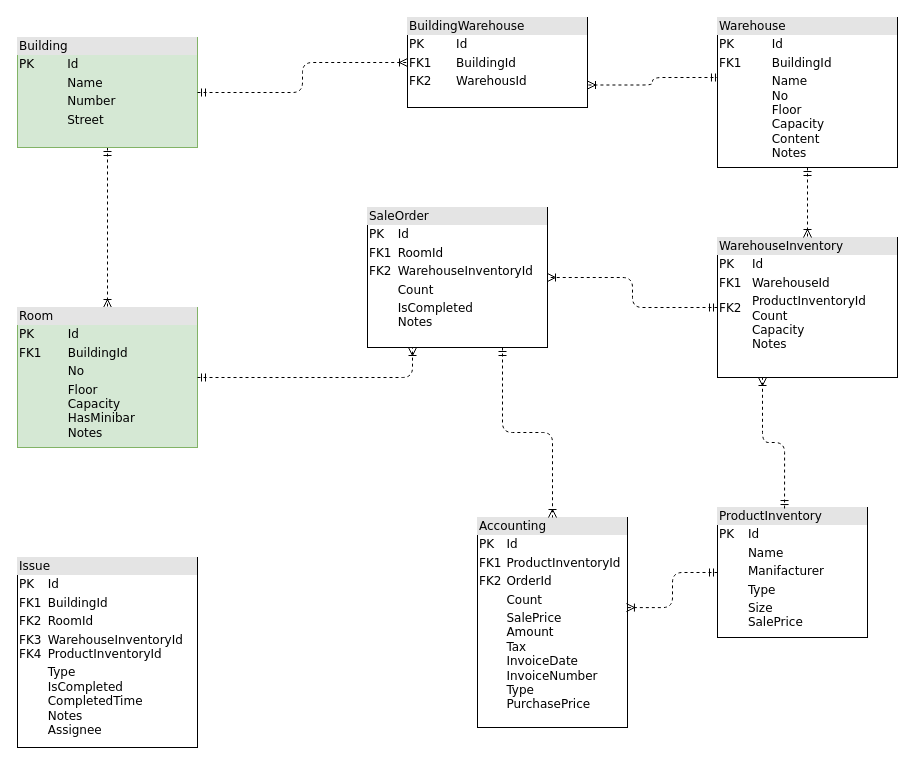
hasanbinboga/infera-test-case keeps this draw.io diagram as er-diagram.drawio. Above is the earlier version. Source tidied: cells renumbered, new cells numbered last; positions are measured from the earlier drawing's top-left corner, leaving out a move shared by most shapes. Both pictures are drawn from the tidied source at 100%, with x=0, y=0 at pixel (17, 17).
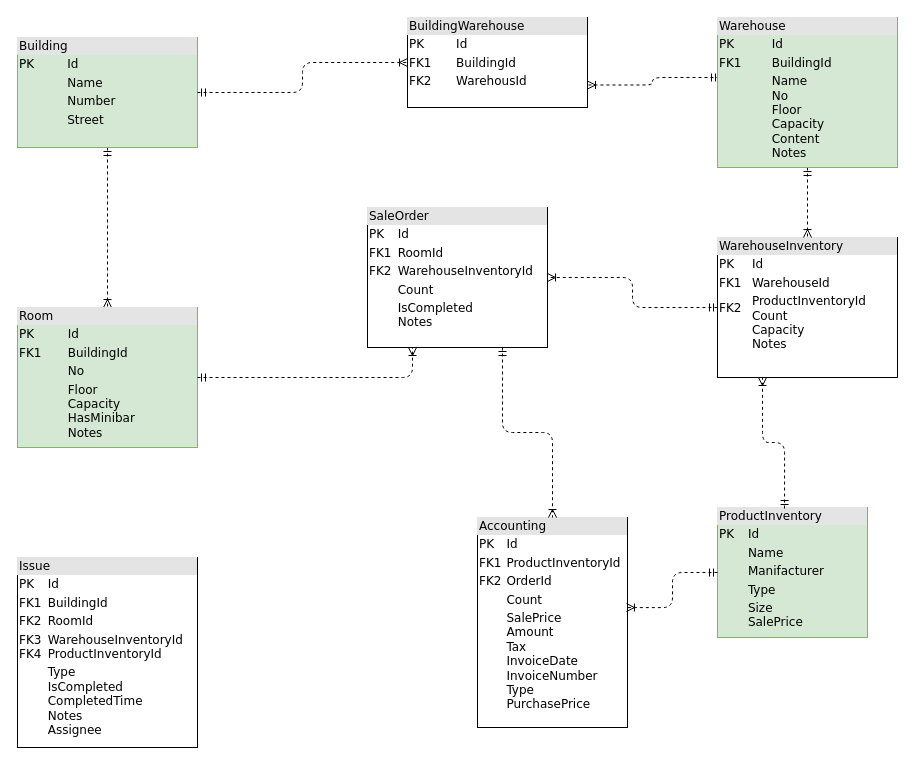
The same page after the edit.

Change to the diagram source:
```diff
@@
 <mxGraphModel>
   <root>
     <mxCell id="0" />
     <mxCell id="1" parent="0" />
     <mxCell id="2" value="&lt;div style=&quot;box-sizing:border-box;width:100%;background:#e4e4e4;padding:2px;&quot;&gt;BuildingWarehouse&lt;/div&gt;&lt;table style=&quot;width:100%;font-size:1em;&quot; cellpadding=&quot;2&quot; cellspacing=&quot;0&quot;&gt;&lt;tbody&gt;&lt;tr&gt;&lt;td&gt;PK&lt;/td&gt;&lt;td&gt;Id&lt;/td&gt;&lt;/tr&gt;&lt;tr&gt;&lt;td&gt;FK1&lt;/td&gt;&lt;td&gt;BuildingId&lt;/td&gt;&lt;/tr&gt;&lt;tr&gt;&lt;td&gt;FK2&lt;/td&gt;&lt;td&gt;WarehousId&lt;/td&gt;&lt;/tr&gt;&lt;/tbody&gt;&lt;/table&gt;" style="verticalAlign=top;align=left;overflow=fill;html=1;rounded=0;shadow=0;comic=0;labelBackgroundColor=none;strokeWidth=1;fontFamily=Verdana;fontSize=12;" parent="1" vertex="1">
       <mxGeometry x="390" width="180" height="90" as="geometry" />
     </mxCell>
     <mxCell id="3" style="html=1;dashed=1;labelBackgroundColor=none;startArrow=ERmandOne;endArrow=ERoneToMany;fontFamily=Verdana;fontSize=12;align=left;entryX=0.5;entryY=0;edgeStyle=orthogonalEdgeStyle;entryDx=0;entryDy=0;" parent="1" edge="1" source="5" target="9">
       <mxGeometry relative="1" as="geometry" />
     </mxCell>
     <mxCell id="4" style="html=1;dashed=1;labelBackgroundColor=none;startArrow=ERmandOne;endArrow=ERoneToMany;fontFamily=Verdana;fontSize=12;align=left;exitX=0.011;exitY=0.4;exitDx=0;exitDy=0;edgeStyle=orthogonalEdgeStyle;entryX=1;entryY=0.75;entryDx=0;entryDy=0;exitPerimeter=0;" parent="1" edge="1" source="10" target="2">
       <mxGeometry relative="1" as="geometry" />
     </mxCell>
     <mxCell id="5" value="&lt;div style=&quot;box-sizing: border-box ; width: 100% ; background: #e4e4e4 ; padding: 2px&quot;&gt;Building&lt;/div&gt;&lt;table style=&quot;width: 100% ; font-size: 1em&quot; cellpadding=&quot;2&quot; cellspacing=&quot;0&quot;&gt;&lt;tbody&gt;&lt;tr&gt;&lt;td&gt;PK&lt;/td&gt;&lt;td&gt;Id&lt;/td&gt;&lt;/tr&gt;&lt;tr&gt;&lt;td&gt;&lt;br&gt;&lt;/td&gt;&lt;td&gt;Name&lt;/td&gt;&lt;/tr&gt;&lt;tr&gt;&lt;td&gt;&lt;/td&gt;&lt;td&gt;Number&lt;/td&gt;&lt;/tr&gt;&lt;tr&gt;&lt;td&gt;&lt;br&gt;&lt;/td&gt;&lt;td&gt;Street&lt;br&gt;&lt;/td&gt;&lt;/tr&gt;&lt;tr&gt;&lt;td&gt;&lt;br&gt;&lt;/td&gt;&lt;td&gt;&lt;br&gt;&lt;/td&gt;&lt;/tr&gt;&lt;tr&gt;&lt;td&gt;&lt;br&gt;&lt;/td&gt;&lt;td&gt;&lt;br&gt;&lt;/td&gt;&lt;/tr&gt;&lt;/tbody&gt;&lt;/table&gt;" style="verticalAlign=top;align=left;overflow=fill;html=1;rounded=0;shadow=0;comic=0;labelBackgroundColor=none;strokeWidth=1;fontFamily=Verdana;fontSize=12;fillColor=#d5e8d4;strokeColor=#82b366;" parent="1" vertex="1">
       <mxGeometry y="20" width="180" height="110" as="geometry" />
     </mxCell>
-    <mxCell id="6" value="&lt;div style=&quot;box-sizing: border-box ; width: 100% ; background: #e4e4e4 ; padding: 2px&quot;&gt;ProductInventory&lt;/div&gt;&lt;table style=&quot;width: 100% ; font-size: 1em&quot; cellpadding=&quot;2&quot; cellspacing=&quot;0&quot;&gt;&lt;tbody&gt;&lt;tr&gt;&lt;td&gt;PK&lt;/td&gt;&lt;td&gt;Id&lt;/td&gt;&lt;/tr&gt;&lt;tr&gt;&lt;td&gt;&lt;br&gt;&lt;/td&gt;&lt;td&gt;Name&lt;/td&gt;&lt;/tr&gt;&lt;tr&gt;&lt;td&gt;&lt;/td&gt;&lt;td&gt;Manifacturer&lt;/td&gt;&lt;/tr&gt;&lt;tr&gt;&lt;td&gt;&lt;br&gt;&lt;/td&gt;&lt;td&gt;Type&lt;/td&gt;&lt;/tr&gt;&lt;tr&gt;&lt;td&gt;&lt;br&gt;&lt;/td&gt;&lt;td&gt;Size&lt;br&gt;SalePrice&lt;/td&gt;&lt;/tr&gt;&lt;/tbody&gt;&lt;/table&gt;" style="verticalAlign=top;align=left;overflow=fill;html=1;rounded=0;shadow=0;comic=0;labelBackgroundColor=none;strokeWidth=1;fontFamily=Verdana;fontSize=12;" parent="1" vertex="1">
+    <mxCell id="6" value="&lt;div style=&quot;box-sizing: border-box ; width: 100% ; background: #e4e4e4 ; padding: 2px&quot;&gt;ProductInventory&lt;/div&gt;&lt;table style=&quot;width: 100% ; font-size: 1em&quot; cellpadding=&quot;2&quot; cellspacing=&quot;0&quot;&gt;&lt;tbody&gt;&lt;tr&gt;&lt;td&gt;PK&lt;/td&gt;&lt;td&gt;Id&lt;/td&gt;&lt;/tr&gt;&lt;tr&gt;&lt;td&gt;&lt;br&gt;&lt;/td&gt;&lt;td&gt;Name&lt;/td&gt;&lt;/tr&gt;&lt;tr&gt;&lt;td&gt;&lt;/td&gt;&lt;td&gt;Manifacturer&lt;/td&gt;&lt;/tr&gt;&lt;tr&gt;&lt;td&gt;&lt;br&gt;&lt;/td&gt;&lt;td&gt;Type&lt;/td&gt;&lt;/tr&gt;&lt;tr&gt;&lt;td&gt;&lt;br&gt;&lt;/td&gt;&lt;td&gt;Size&lt;br&gt;SalePrice&lt;/td&gt;&lt;/tr&gt;&lt;/tbody&gt;&lt;/table&gt;" style="verticalAlign=top;align=left;overflow=fill;html=1;rounded=0;shadow=0;comic=0;labelBackgroundColor=none;strokeWidth=1;fontFamily=Verdana;fontSize=12;fillColor=#d5e8d4;strokeColor=#82b366;" parent="1" vertex="1">
       <mxGeometry x="700" y="490" width="150" height="130" as="geometry" />
     </mxCell>
     <mxCell id="7" value="&lt;div style=&quot;box-sizing:border-box;width:100%;background:#e4e4e4;padding:2px;&quot;&gt;WarehouseInventory&lt;/div&gt;&lt;table style=&quot;width:100%;font-size:1em;&quot; cellpadding=&quot;2&quot; cellspacing=&quot;0&quot;&gt;&lt;tbody&gt;&lt;tr&gt;&lt;td&gt;PK&lt;/td&gt;&lt;td&gt;Id&lt;/td&gt;&lt;/tr&gt;&lt;tr&gt;&lt;td&gt;FK1&lt;/td&gt;&lt;td&gt;WarehouseId&lt;/td&gt;&lt;/tr&gt;&lt;tr&gt;&lt;td&gt;FK2&lt;br&gt;&lt;br&gt;&lt;br&gt;&lt;/td&gt;&lt;td&gt;ProductInventoryId&lt;br&gt;Count&lt;br&gt;Capacity&lt;br&gt;Notes&lt;/td&gt;&lt;/tr&gt;&lt;/tbody&gt;&lt;/table&gt;" style="verticalAlign=top;align=left;overflow=fill;html=1;rounded=0;shadow=0;comic=0;labelBackgroundColor=none;strokeWidth=1;fontFamily=Verdana;fontSize=12;" parent="1" vertex="1">
       <mxGeometry x="700" y="220" width="180" height="140" as="geometry" />
     </mxCell>
     <mxCell id="8" style="edgeStyle=orthogonalEdgeStyle;html=1;entryX=0.5;entryY=0;dashed=1;labelBackgroundColor=none;startArrow=ERmandOne;endArrow=ERoneToMany;fontFamily=Verdana;fontSize=12;align=left;" parent="1" edge="1" source="10" target="7">
       <mxGeometry relative="1" as="geometry" />
     </mxCell>
     <mxCell id="9" value="&lt;div style=&quot;box-sizing: border-box ; width: 100% ; background: #e4e4e4 ; padding: 2px&quot;&gt;Room&lt;/div&gt;&lt;table style=&quot;width: 100% ; font-size: 1em&quot; cellpadding=&quot;2&quot; cellspacing=&quot;0&quot;&gt;&lt;tbody&gt;&lt;tr&gt;&lt;td&gt;PK&lt;/td&gt;&lt;td&gt;Id&lt;/td&gt;&lt;/tr&gt;&lt;tr&gt;&lt;td&gt;FK1&lt;/td&gt;&lt;td&gt;BuildingId&lt;/td&gt;&lt;/tr&gt;&lt;tr&gt;&lt;td&gt;&lt;/td&gt;&lt;td&gt;No&lt;/td&gt;&lt;/tr&gt;&lt;tr&gt;&lt;td&gt;&lt;br&gt;&lt;/td&gt;&lt;td&gt;Floor&lt;br&gt;Capacity&lt;br&gt;HasMinibar&lt;br&gt;Notes&lt;/td&gt;&lt;/tr&gt;&lt;tr&gt;&lt;td&gt;&lt;br&gt;&lt;/td&gt;&lt;td&gt;&lt;/td&gt;&lt;/tr&gt;&lt;/tbody&gt;&lt;/table&gt;" style="verticalAlign=top;align=left;overflow=fill;html=1;rounded=0;shadow=0;comic=0;labelBackgroundColor=none;strokeWidth=1;fontFamily=Verdana;fontSize=12;fillColor=#d5e8d4;strokeColor=#82b366;" parent="1" vertex="1">
       <mxGeometry y="290" width="180" height="140" as="geometry" />
     </mxCell>
-    <mxCell id="10" value="&lt;div style=&quot;box-sizing:border-box;width:100%;background:#e4e4e4;padding:2px;&quot;&gt;Warehouse&lt;/div&gt;&lt;table style=&quot;width:100%;font-size:1em;&quot; cellpadding=&quot;2&quot; cellspacing=&quot;0&quot;&gt;&lt;tbody&gt;&lt;tr&gt;&lt;td&gt;PK&lt;/td&gt;&lt;td&gt;Id&lt;/td&gt;&lt;/tr&gt;&lt;tr&gt;&lt;td&gt;FK1&lt;/td&gt;&lt;td&gt;BuildingId&lt;/td&gt;&lt;/tr&gt;&lt;tr&gt;&lt;td&gt;&lt;/td&gt;&lt;td&gt;Name&lt;br&gt;No&lt;br&gt;Floor&lt;br&gt;Capacity&lt;br&gt;Content&lt;br&gt;Notes&lt;/td&gt;&lt;/tr&gt;&lt;/tbody&gt;&lt;/table&gt;" style="verticalAlign=top;align=left;overflow=fill;html=1;rounded=0;shadow=0;comic=0;labelBackgroundColor=none;strokeWidth=1;fontFamily=Verdana;fontSize=12;" parent="1" vertex="1">
+    <mxCell id="10" value="&lt;div style=&quot;box-sizing:border-box;width:100%;background:#e4e4e4;padding:2px;&quot;&gt;Warehouse&lt;/div&gt;&lt;table style=&quot;width:100%;font-size:1em;&quot; cellpadding=&quot;2&quot; cellspacing=&quot;0&quot;&gt;&lt;tbody&gt;&lt;tr&gt;&lt;td&gt;PK&lt;/td&gt;&lt;td&gt;Id&lt;/td&gt;&lt;/tr&gt;&lt;tr&gt;&lt;td&gt;FK1&lt;/td&gt;&lt;td&gt;BuildingId&lt;/td&gt;&lt;/tr&gt;&lt;tr&gt;&lt;td&gt;&lt;/td&gt;&lt;td&gt;Name&lt;br&gt;No&lt;br&gt;Floor&lt;br&gt;Capacity&lt;br&gt;Content&lt;br&gt;Notes&lt;/td&gt;&lt;/tr&gt;&lt;/tbody&gt;&lt;/table&gt;" style="verticalAlign=top;align=left;overflow=fill;html=1;rounded=0;shadow=0;comic=0;labelBackgroundColor=none;strokeWidth=1;fontFamily=Verdana;fontSize=12;fillColor=#d5e8d4;strokeColor=#82b366;" parent="1" vertex="1">
       <mxGeometry x="700" width="180" height="150" as="geometry" />
     </mxCell>
     <mxCell id="11" style="html=1;dashed=1;labelBackgroundColor=none;startArrow=ERmandOne;endArrow=ERoneToMany;fontFamily=Verdana;fontSize=12;align=left;edgeStyle=orthogonalEdgeStyle;entryX=0;entryY=0.5;entryDx=0;entryDy=0;exitX=1;exitY=0.5;exitDx=0;exitDy=0;" parent="1" edge="1" source="5" target="2">
       <mxGeometry relative="1" as="geometry" />
     </mxCell>
     <mxCell id="12" style="edgeStyle=orthogonalEdgeStyle;html=1;entryX=0.25;entryY=1;dashed=1;labelBackgroundColor=none;startArrow=ERmandOne;endArrow=ERoneToMany;fontFamily=Verdana;fontSize=12;align=left;entryDx=0;entryDy=0;exitX=0.447;exitY=0.008;exitDx=0;exitDy=0;exitPerimeter=0;" parent="1" edge="1" source="6" target="7">
       <mxGeometry relative="1" as="geometry" />
     </mxCell>
     <mxCell id="13" value="&lt;div style=&quot;box-sizing: border-box ; width: 100% ; background: #e4e4e4 ; padding: 2px&quot;&gt;SaleOrder&lt;/div&gt;&lt;table style=&quot;width: 100% ; font-size: 1em&quot; cellpadding=&quot;2&quot; cellspacing=&quot;0&quot;&gt;&lt;tbody&gt;&lt;tr&gt;&lt;td&gt;PK&lt;/td&gt;&lt;td&gt;Id&lt;/td&gt;&lt;/tr&gt;&lt;tr&gt;&lt;td&gt;FK1&lt;/td&gt;&lt;td&gt;RoomId&lt;/td&gt;&lt;/tr&gt;&lt;tr&gt;&lt;td&gt;FK2&lt;/td&gt;&lt;td&gt;WarehouseInventoryId&lt;/td&gt;&lt;/tr&gt;&lt;tr&gt;&lt;td&gt;&lt;br&gt;&lt;/td&gt;&lt;td&gt;Count&lt;/td&gt;&lt;/tr&gt;&lt;tr&gt;&lt;td&gt;&lt;br&gt;&lt;/td&gt;&lt;td&gt;IsCompleted&lt;br&gt;Notes&lt;/td&gt;&lt;/tr&gt;&lt;/tbody&gt;&lt;/table&gt;" style="verticalAlign=top;align=left;overflow=fill;html=1;rounded=0;shadow=0;comic=0;labelBackgroundColor=none;strokeWidth=1;fontFamily=Verdana;fontSize=12;" parent="1" vertex="1">
       <mxGeometry x="350" y="190" width="180" height="140" as="geometry" />
     </mxCell>
     <mxCell id="14" value="&lt;div style=&quot;box-sizing: border-box ; width: 100% ; background: #e4e4e4 ; padding: 2px&quot;&gt;Issue&lt;/div&gt;&lt;table style=&quot;width: 100% ; font-size: 1em&quot; cellpadding=&quot;2&quot; cellspacing=&quot;0&quot;&gt;&lt;tbody&gt;&lt;tr&gt;&lt;td&gt;PK&lt;/td&gt;&lt;td&gt;Id&lt;/td&gt;&lt;/tr&gt;&lt;tr&gt;&lt;td&gt;FK1&lt;/td&gt;&lt;td&gt;BuildingId&lt;/td&gt;&lt;/tr&gt;&lt;tr&gt;&lt;td&gt;FK2&lt;/td&gt;&lt;td&gt;RoomId&lt;br&gt;&lt;/td&gt;&lt;/tr&gt;&lt;tr&gt;&lt;td&gt;FK3&lt;br&gt;FK4&lt;/td&gt;&lt;td&gt;WarehouseInventoryId&lt;br&gt;ProductInventoryId&lt;/td&gt;&lt;/tr&gt;&lt;tr&gt;&lt;td&gt;&lt;br&gt;&lt;br&gt;&lt;/td&gt;&lt;td&gt;Type&lt;br&gt;IsCompleted&lt;br&gt;CompletedTime&lt;br&gt;Notes&lt;br&gt;Assignee&lt;/td&gt;&lt;/tr&gt;&lt;/tbody&gt;&lt;/table&gt;" style="verticalAlign=top;align=left;overflow=fill;html=1;rounded=0;shadow=0;comic=0;labelBackgroundColor=none;strokeWidth=1;fontFamily=Verdana;fontSize=12;" parent="1" vertex="1">
       <mxGeometry y="540" width="180" height="190" as="geometry" />
     </mxCell>
     <mxCell id="15" style="edgeStyle=orthogonalEdgeStyle;html=1;entryX=1;entryY=0.5;dashed=1;labelBackgroundColor=none;startArrow=ERmandOne;endArrow=ERoneToMany;fontFamily=Verdana;fontSize=12;align=left;entryDx=0;entryDy=0;exitX=0;exitY=0.5;exitDx=0;exitDy=0;" parent="1" edge="1" source="7" target="13">
       <mxGeometry relative="1" as="geometry" />
     </mxCell>
     <mxCell id="16" style="edgeStyle=orthogonalEdgeStyle;html=1;entryX=0.25;entryY=1;dashed=1;labelBackgroundColor=none;startArrow=ERmandOne;endArrow=ERoneToMany;fontFamily=Verdana;fontSize=12;align=left;entryDx=0;entryDy=0;exitX=1;exitY=0.5;exitDx=0;exitDy=0;" parent="1" edge="1" source="9" target="13">
       <mxGeometry relative="1" as="geometry" />
     </mxCell>
     <mxCell id="17" value="&lt;div style=&quot;box-sizing: border-box ; width: 100% ; background: #e4e4e4 ; padding: 2px&quot;&gt;Accounting&lt;/div&gt;&lt;table style=&quot;width: 100% ; font-size: 1em&quot; cellpadding=&quot;2&quot; cellspacing=&quot;0&quot;&gt;&lt;tbody&gt;&lt;tr&gt;&lt;td&gt;PK&lt;/td&gt;&lt;td&gt;Id&lt;/td&gt;&lt;/tr&gt;&lt;tr&gt;&lt;td&gt;FK1&lt;/td&gt;&lt;td&gt;ProductInventoryId&lt;/td&gt;&lt;/tr&gt;&lt;tr&gt;&lt;td&gt;FK2&lt;/td&gt;&lt;td&gt;OrderId&lt;/td&gt;&lt;/tr&gt;&lt;tr&gt;&lt;td&gt;&lt;br&gt;&lt;/td&gt;&lt;td&gt;Count&lt;/td&gt;&lt;/tr&gt;&lt;tr&gt;&lt;td&gt;&lt;br&gt;&lt;/td&gt;&lt;td&gt;SalePrice&lt;br&gt;Amount&lt;br&gt;Tax&lt;br&gt;InvoiceDate&lt;br&gt;InvoiceNumber&lt;br&gt;Type&lt;br&gt;PurchasePrice&lt;br&gt;&lt;/td&gt;&lt;/tr&gt;&lt;/tbody&gt;&lt;/table&gt;" style="verticalAlign=top;align=left;overflow=fill;html=1;rounded=0;shadow=0;comic=0;labelBackgroundColor=none;strokeWidth=1;fontFamily=Verdana;fontSize=12;" parent="1" vertex="1">
       <mxGeometry x="460" y="500" width="150" height="210" as="geometry" />
     </mxCell>
     <mxCell id="18" style="edgeStyle=orthogonalEdgeStyle;html=1;dashed=1;labelBackgroundColor=none;startArrow=ERmandOne;endArrow=ERoneToMany;fontFamily=Verdana;fontSize=12;align=left;exitX=0;exitY=0.5;exitDx=0;exitDy=0;entryX=0.993;entryY=0.429;entryDx=0;entryDy=0;entryPerimeter=0;" parent="1" edge="1" source="6" target="17">
       <mxGeometry relative="1" as="geometry" />
     </mxCell>
     <mxCell id="19" style="edgeStyle=orthogonalEdgeStyle;html=1;dashed=1;labelBackgroundColor=none;startArrow=ERmandOne;endArrow=ERoneToMany;fontFamily=Verdana;fontSize=12;align=left;exitX=0.75;exitY=1;exitDx=0;exitDy=0;" parent="1" edge="1" source="13" target="17">
       <mxGeometry relative="1" as="geometry" />
     </mxCell>
   </root>
 </mxGraphModel>
```
